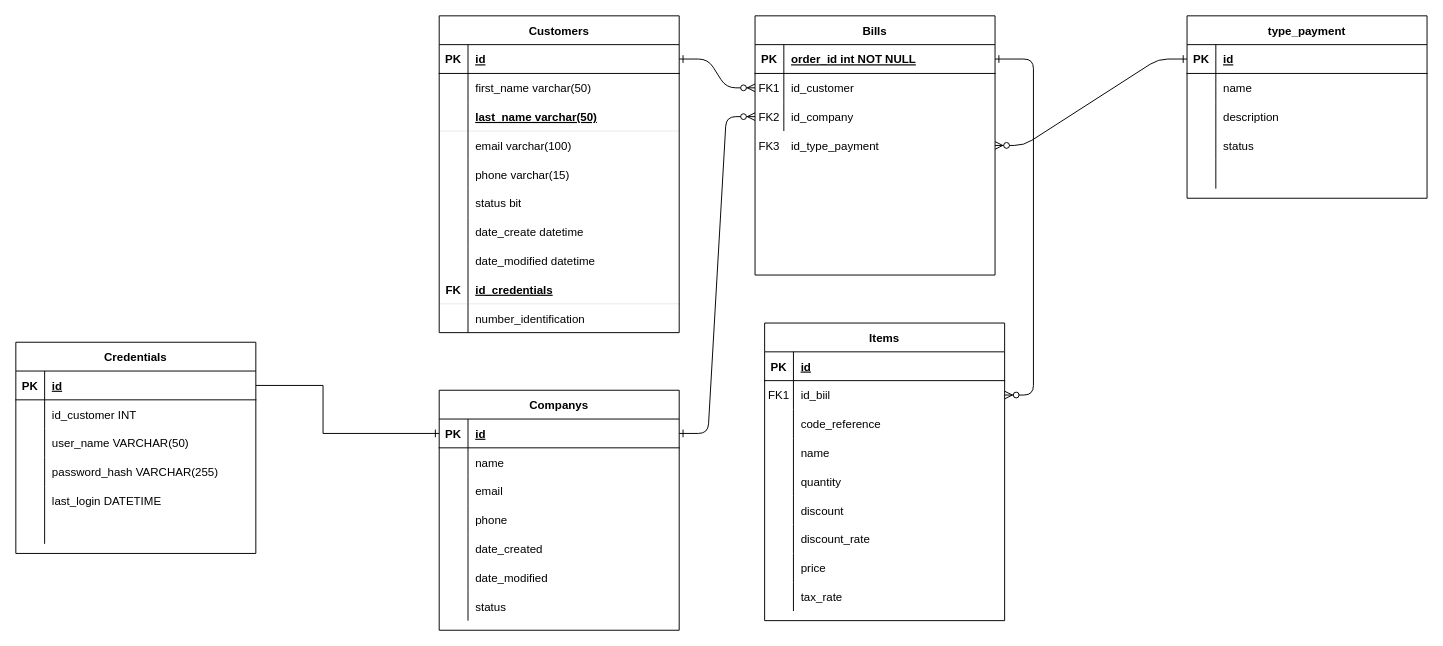
This is Documentacion/db_schema_facturaExpress.drawio from aejimenez19/FactuExpress, a draw.io file, before an edit. Source tidied: cells renumbered, new cells numbered last; positions are measured from the earlier drawing's top-left corner, leaving out a move shared by most shapes. Both pictures are drawn from the tidied source at 96%, with x=0, y=0 at pixel (15, 15).
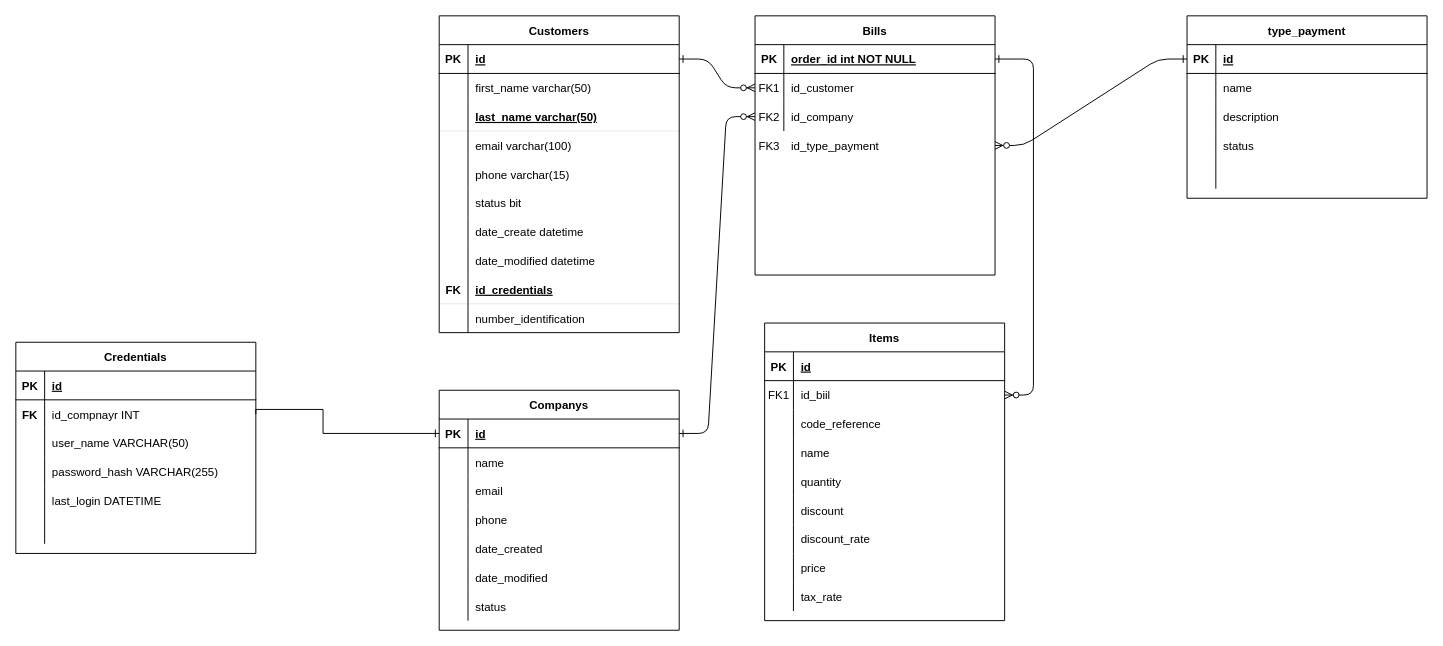
Above is the later version.

Commit message:
actualizacion de squema de base de datos

The change refers to these unchanged cells:
```xml
<mxCell id="90" style="shape=partialRectangle;fillColor=none;points=[[0,0.5],[1,0.5]];portConstraint=eastwest;top=0;left=0;right=0;bottom=1;" parent="89" vertex="1">
  <mxGeometry y="30" width="250" height="30" as="geometry" />
</mxCell>
<mxCell id="117" style="shape=partialRectangle;fillColor=none;points=[[0,0.5],[1,0.5]];portConstraint=eastwest;top=0;left=0;right=0;bottom=1;" parent="116" vertex="1">
  <mxGeometry y="30" width="250" height="30" as="geometry" />
</mxCell>
<mxCell id="120" style="shape=partialRectangle;fillColor=none;points=[[0,0.5],[1,0.5]];portConstraint=eastwest;top=0;left=0;right=0;bottom=0;" parent="116" vertex="1">
  <mxGeometry y="60" width="250" height="30" as="geometry" />
</mxCell>
```

Change to the diagram source:
```diff
@@
-    <mxCell id="122" value="id_customer INT" style="shape=partialRectangle;overflow=hidden;fillColor=none;top=0;left=0;bottom=0;right=0;align=left;spacingLeft=6;" parent="120" vertex="1">
+    <mxCell id="122" value="id_compnayr INT" style="shape=partialRectangle;overflow=hidden;fillColor=none;top=0;left=0;bottom=0;right=0;align=left;spacingLeft=6;" parent="120" vertex="1">
       <mxGeometry x="30" width="220" height="30" as="geometry" />
     </mxCell>
@@
-    <mxCell id="135" style="edgeStyle=orthogonalEdgeStyle;rounded=0;jettySize=auto;html=1;endArrow=ERone;endFill=0;" parent="1" edge="1" source="117" target="90">
+    <mxCell id="135" style="edgeStyle=orthogonalEdgeStyle;rounded=0;jettySize=auto;html=1;endArrow=ERone;endFill=0;exitX=1;exitY=0.5;exitDx=0;exitDy=0;" parent="1" edge="1" source="120" target="90">
       <mxGeometry relative="1" as="geometry">
         <Array as="points">
-          <mxPoint x="320" y="385" />
+          <mxPoint x="250" y="410" />
+          <mxPoint x="320" y="410" />
           <mxPoint x="320" y="435" />
         </Array>
       </mxGeometry>
     </mxCell>
+    <mxCell id="136" value="FK" style="shape=partialRectangle;overflow=hidden;fillColor=none;top=0;left=0;bottom=0;right=0;fontStyle=1;" parent="1" vertex="1">
+      <mxGeometry y="400" width="30" height="30" as="geometry" />
+    </mxCell>
```
